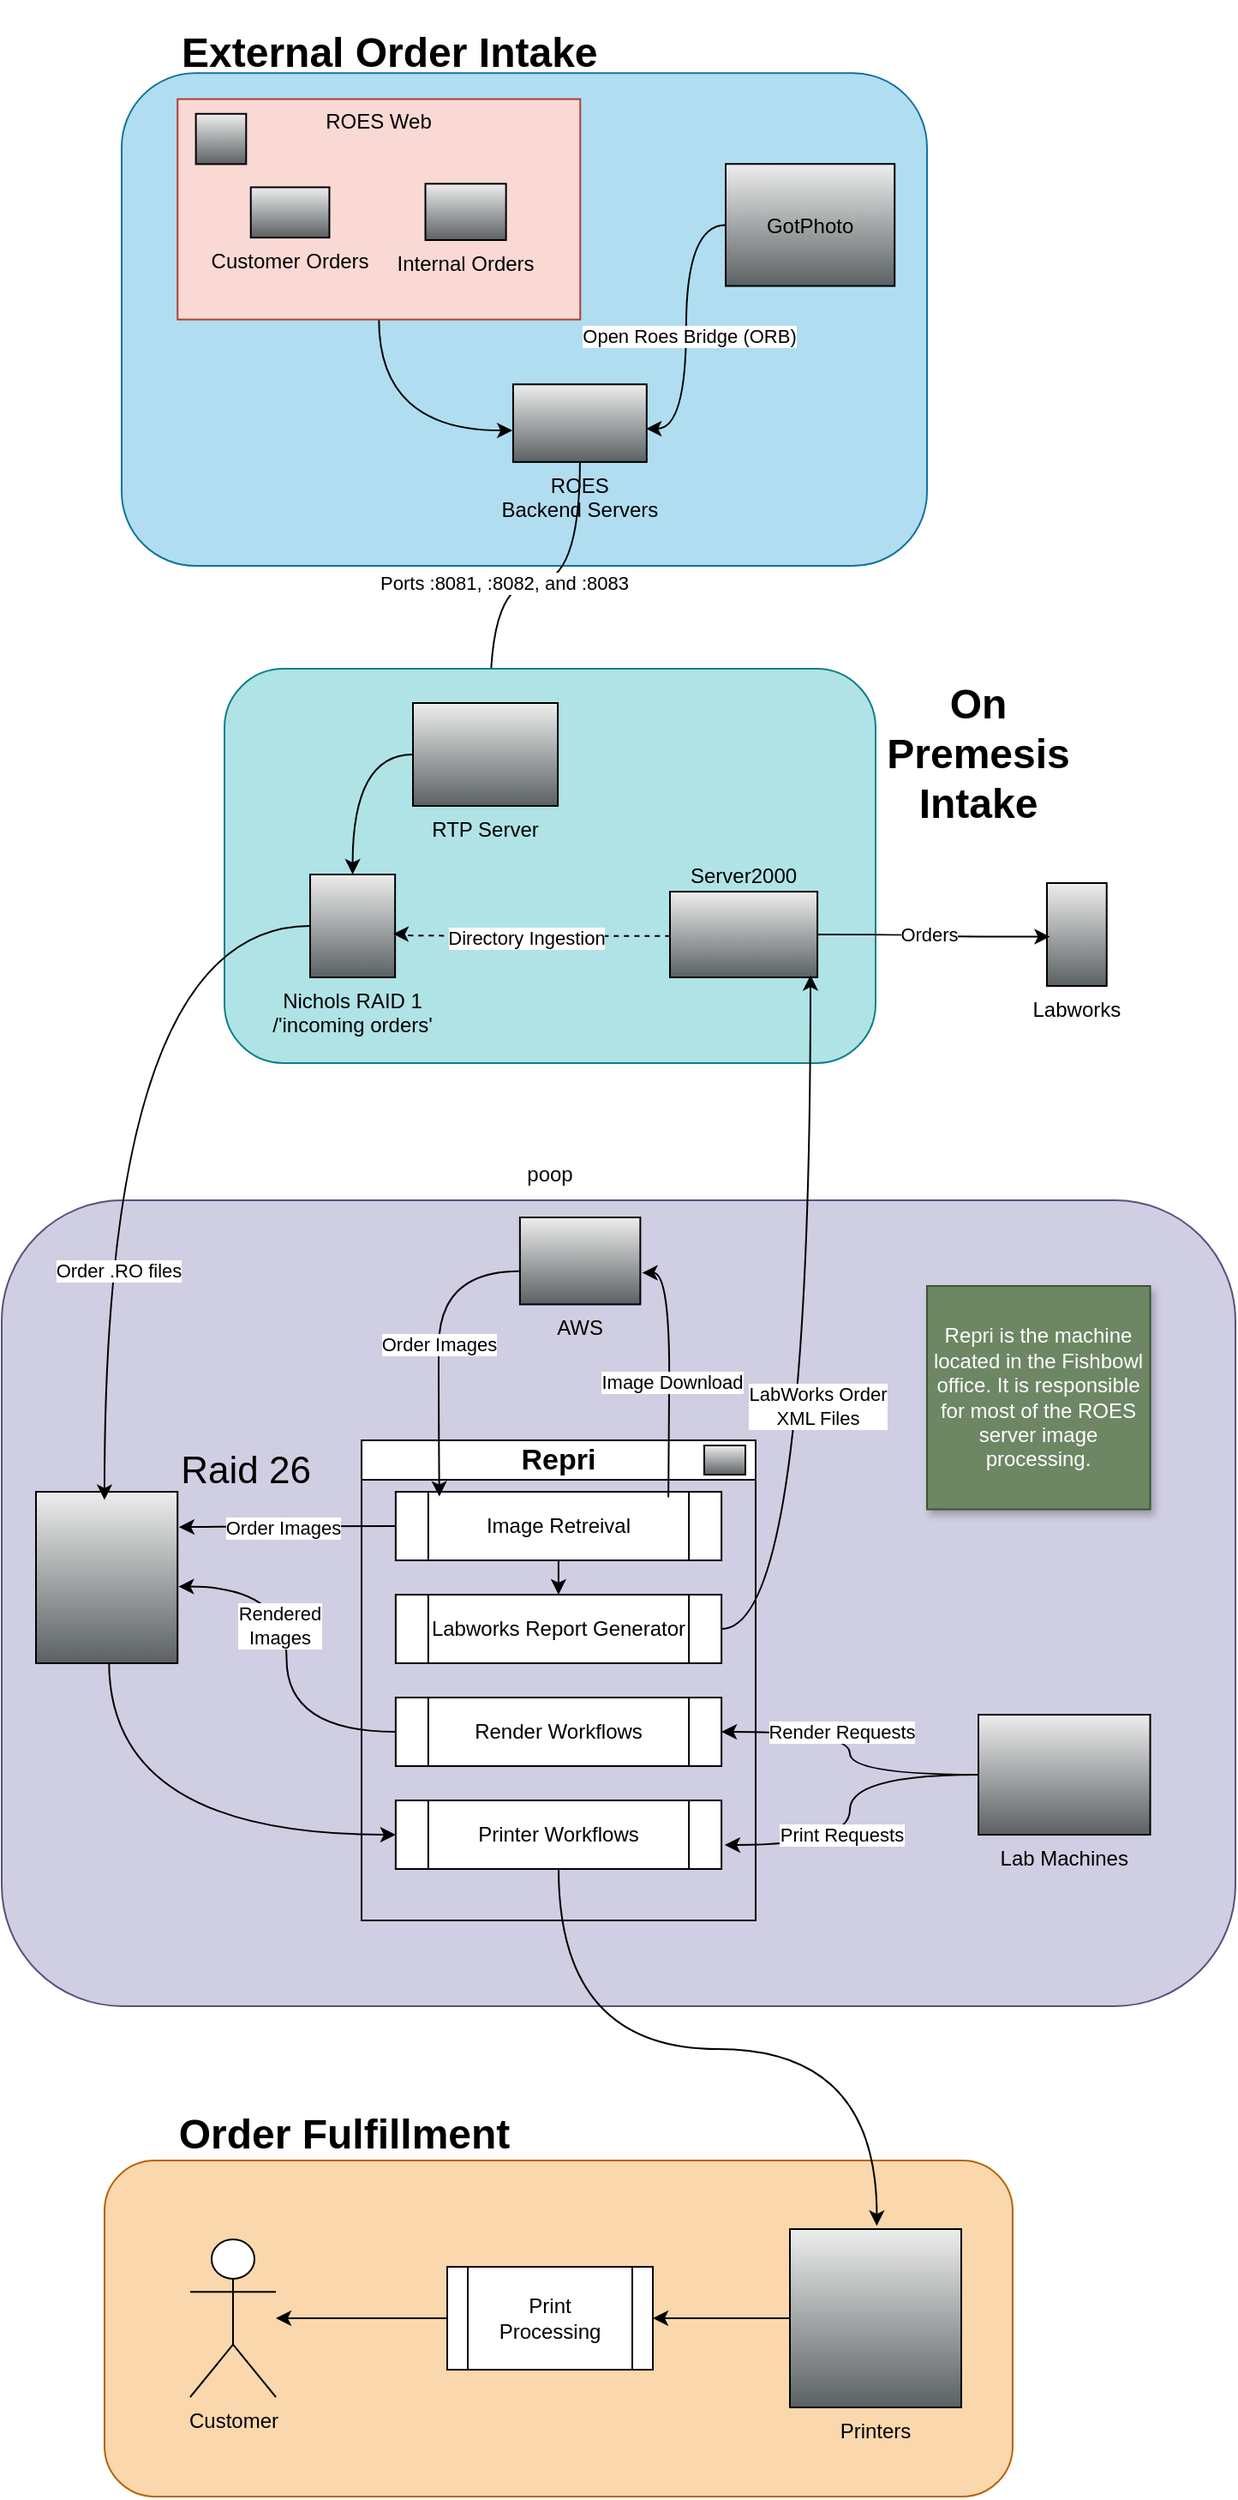
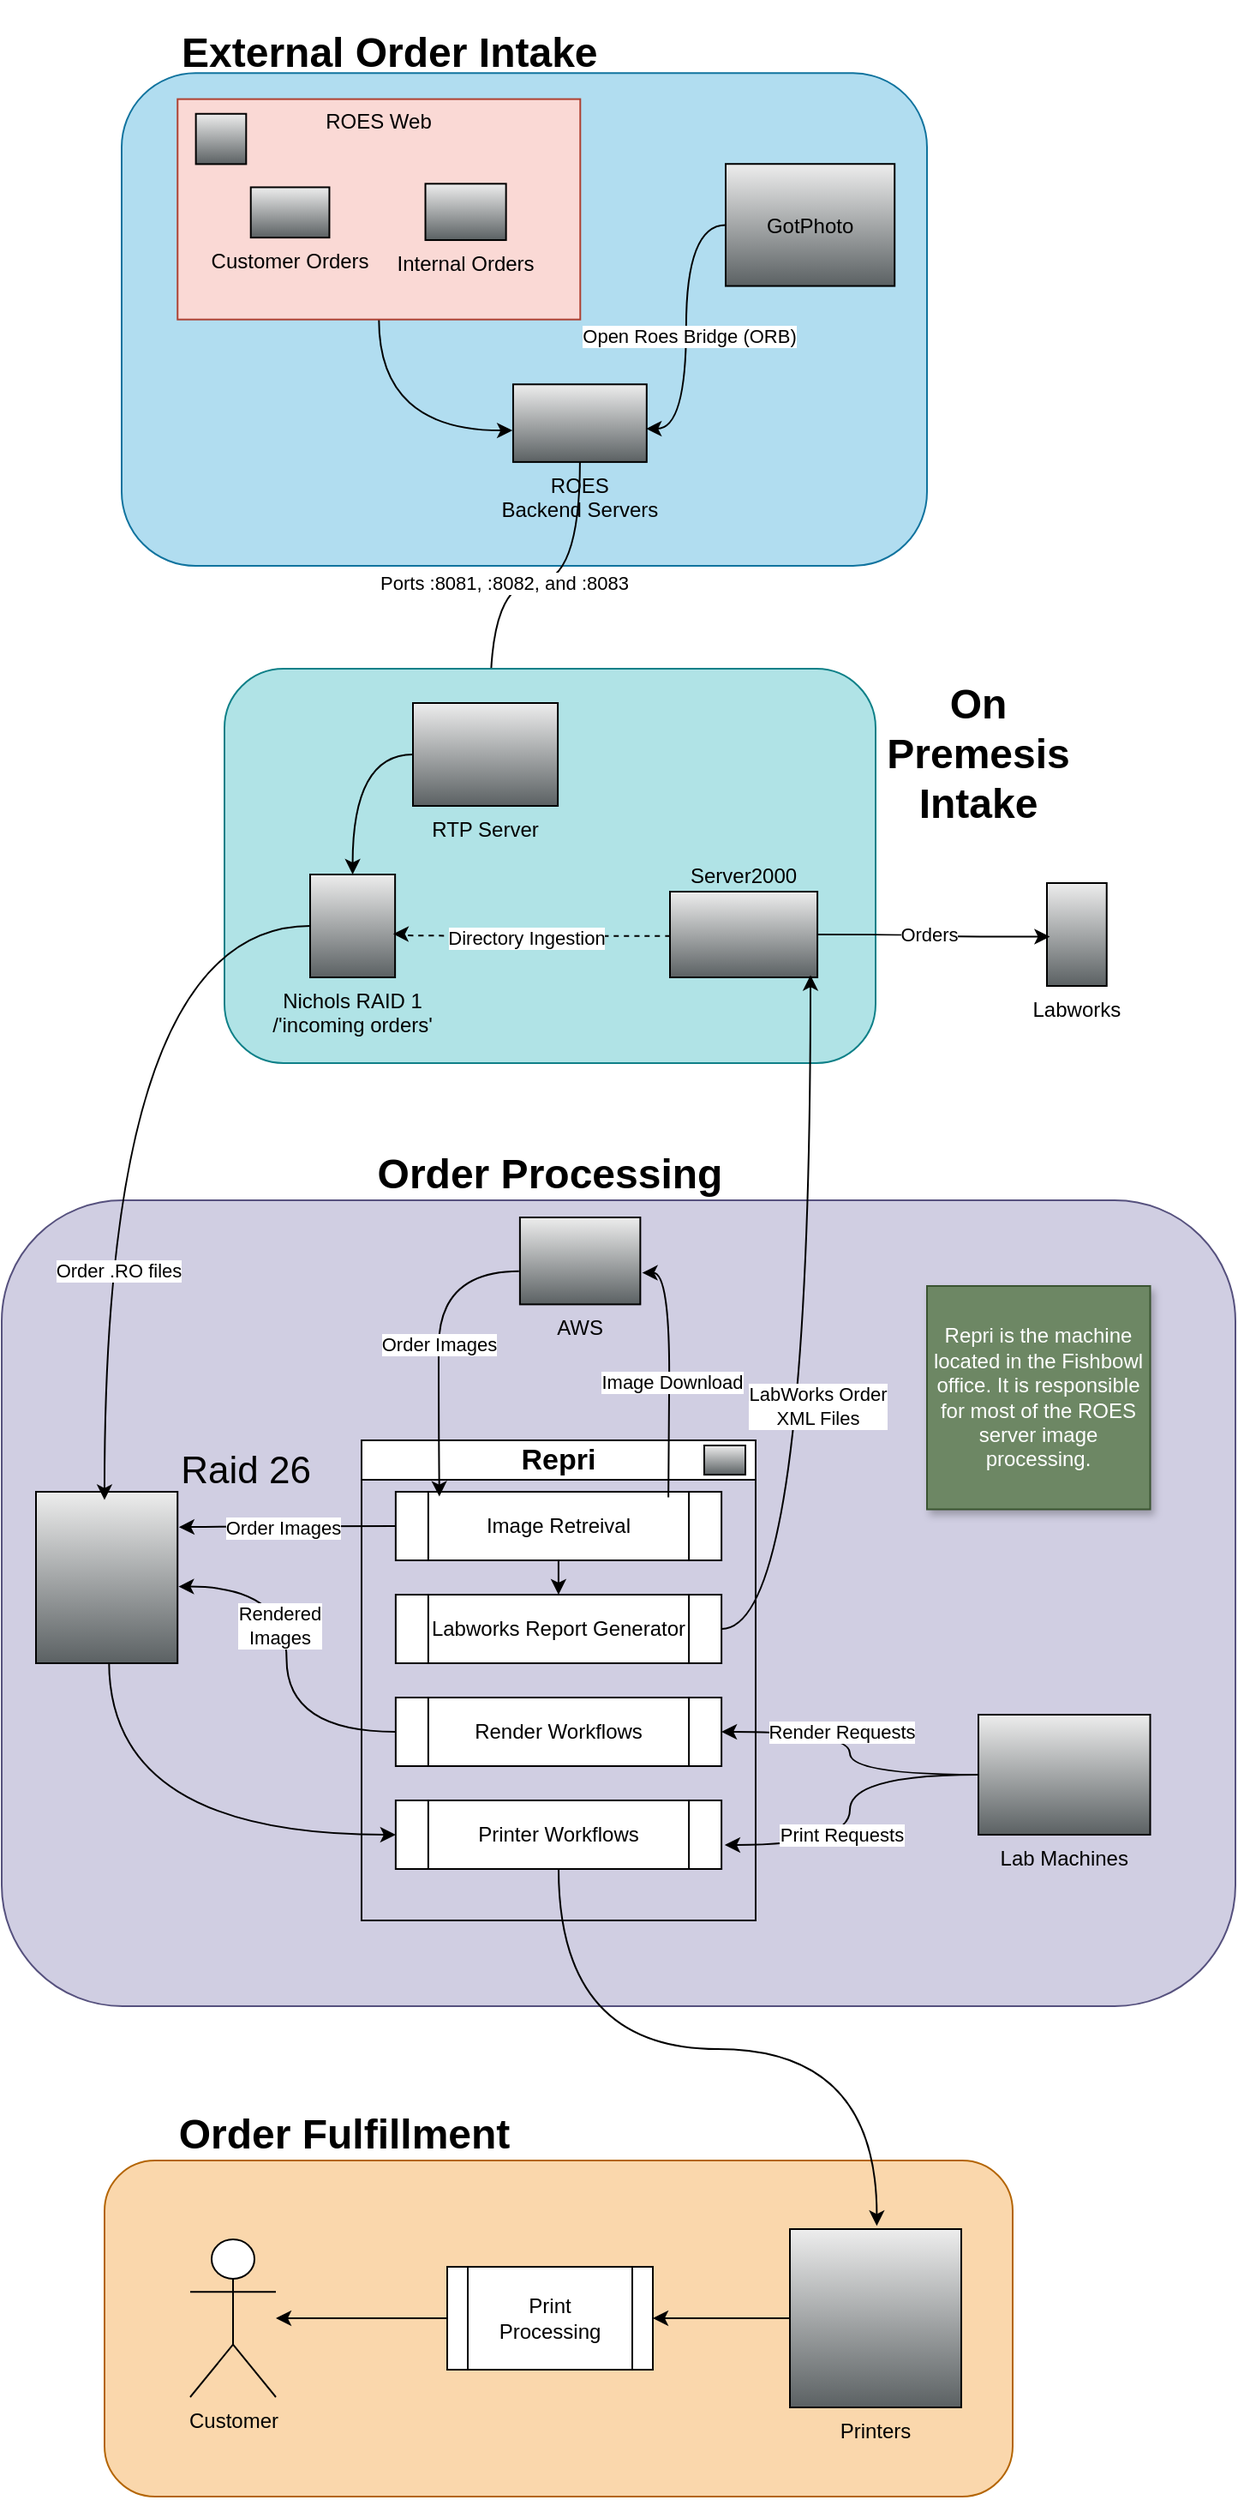
<mxfile host="app.diagrams.net">
  <diagram name="External Order Intake" id="xOiFyvTx0ugd0xP541Ys">
    <mxGraphModel dx="2732" dy="1594" grid="1" gridSize="10" guides="1" tooltips="1" connect="1" arrows="1" fold="1" page="1" pageScale="1" pageWidth="850" pageHeight="1100" math="0" shadow="0">
      <root>
        <mxCell id="0" />
        <mxCell id="1" parent="0" />
        <mxCell id="Abbv7D0ucnFepgTgGXwM-46" connectable="0" parent="1" style="group" value="" vertex="1">
          <mxGeometry height="310" width="470" x="160" y="40" as="geometry" />
        </mxCell>
        <mxCell id="Abbv7D0ucnFepgTgGXwM-2" parent="Abbv7D0ucnFepgTgGXwM-46" style="rounded=1;whiteSpace=wrap;html=1;fillColor=#b1ddf0;strokeColor=#10739e;" value="" vertex="1">
          <mxGeometry height="287.3170731707317" width="470.00000000000006" y="22.682926829268293" as="geometry" />
        </mxCell>
        <mxCell id="uFVznFZ-sdEEhWdo_pJ7-23" parent="Abbv7D0ucnFepgTgGXwM-46" style="shape=mxgraph.networks2.icon;aspect=fixed;fillColor=#EDEDED;strokeColor=#000000;gradientColor=#5B6163;network2IconShadow=1;network2bgFillColor=none;labelPosition=center;verticalLabelPosition=middle;align=center;verticalAlign=middle;network2Icon=mxgraph.networks2.cloud;network2IconYOffset=-0.08;network2IconW=1.0004;network2IconH=0.7222;" value="GotPhoto" vertex="1">
          <mxGeometry height="71.18410700236036" width="98.6029307631786" x="352.5" y="75.60975609756099" as="geometry" />
        </mxCell>
        <mxCell id="uFVznFZ-sdEEhWdo_pJ7-26" parent="Abbv7D0ucnFepgTgGXwM-46" style="fillColorStyles=neutralFill;neutralFill=#9DA6A8;shape=mxgraph.networks2.icon;aspect=fixed;fillColor=#EDEDED;strokeColor=#000000;gradientColor=#5B6163;network2IconShadow=1;network2bgFillColor=none;labelPosition=center;verticalLabelPosition=bottom;align=center;verticalAlign=top;network2Icon=mxgraph.networks2.server;network2IconW=1.0001;network2IconH=0.5812;" value="ROES&#xa;Backend Servers" vertex="1">
          <mxGeometry height="45.29897718332022" width="77.94659716758459" x="228.46569444444447" y="204.14634146341464" as="geometry" />
        </mxCell>
        <mxCell id="uFVznFZ-sdEEhWdo_pJ7-27" edge="1" parent="Abbv7D0ucnFepgTgGXwM-46" source="uFVznFZ-sdEEhWdo_pJ7-12" style="edgeStyle=orthogonalEdgeStyle;curved=1;rounded=0;orthogonalLoop=1;jettySize=auto;html=1;exitX=0.5;exitY=1;exitDx=0;exitDy=0;entryX=-0.005;entryY=0.594;entryDx=0;entryDy=0;entryPerimeter=0;" target="uFVznFZ-sdEEhWdo_pJ7-26">
          <mxGeometry relative="1" as="geometry" />
        </mxCell>
        <mxCell id="uFVznFZ-sdEEhWdo_pJ7-28" edge="1" parent="Abbv7D0ucnFepgTgGXwM-46" source="uFVznFZ-sdEEhWdo_pJ7-23" style="edgeStyle=orthogonalEdgeStyle;curved=1;rounded=0;orthogonalLoop=1;jettySize=auto;html=1;entryX=0.996;entryY=0.571;entryDx=0;entryDy=0;entryPerimeter=0;" target="uFVznFZ-sdEEhWdo_pJ7-26">
          <mxGeometry relative="1" as="geometry" />
        </mxCell>
        <mxCell id="Abbv7D0ucnFepgTgGXwM-47" connectable="0" parent="uFVznFZ-sdEEhWdo_pJ7-28" style="edgeLabel;html=1;align=center;verticalAlign=middle;resizable=0;points=[];" value="Open Roes Bridge (ORB)" vertex="1">
          <mxGeometry relative="1" x="0.0605" y="1" as="geometry">
            <mxPoint as="offset" />
          </mxGeometry>
        </mxCell>
        <mxCell id="Abbv7D0ucnFepgTgGXwM-3" parent="Abbv7D0ucnFepgTgGXwM-46" style="text;html=1;whiteSpace=wrap;strokeColor=none;fillColor=none;align=left;verticalAlign=middle;rounded=0;" value="&lt;h1&gt;External Order Intake&lt;/h1&gt;" vertex="1">
          <mxGeometry height="22.68" width="407.36" x="32.64" as="geometry" />
        </mxCell>
        <mxCell id="Abbv7D0ucnFepgTgGXwM-45" connectable="0" parent="Abbv7D0ucnFepgTgGXwM-46" style="group;" value="" vertex="1">
          <mxGeometry height="128.53658536585368" width="235.00000000000003" x="32.63888888888889" y="37.804878048780495" as="geometry" />
        </mxCell>
        <mxCell id="uFVznFZ-sdEEhWdo_pJ7-12" parent="Abbv7D0ucnFepgTgGXwM-45" style="rounded=0;whiteSpace=wrap;html=1;fillColor=#fad9d5;strokeColor=#ae4132;" value="" vertex="1">
          <mxGeometry height="128.53658536585368" width="235.00000000000003" as="geometry" />
        </mxCell>
        <mxCell id="uFVznFZ-sdEEhWdo_pJ7-13" parent="Abbv7D0ucnFepgTgGXwM-45" style="shape=mxgraph.networks2.icon;aspect=fixed;fillColor=#EDEDED;strokeColor=#000000;gradientColor=#5B6163;network2IconShadow=1;network2bgFillColor=none;labelPosition=center;verticalLabelPosition=bottom;align=center;verticalAlign=top;network2Icon=mxgraph.networks2.globe;network2IconW=1;network2IconH=1;" value="" vertex="1">
          <mxGeometry height="29.33648046157881" width="29.33648046157881" x="10.681818181818182" y="8.56910569105691" as="geometry" />
        </mxCell>
        <mxCell id="uFVznFZ-sdEEhWdo_pJ7-14" parent="Abbv7D0ucnFepgTgGXwM-45" style="shape=mxgraph.networks2.icon;aspect=fixed;fillColor=#EDEDED;strokeColor=#000000;gradientColor=#5B6163;network2IconShadow=1;network2bgFillColor=none;labelPosition=center;verticalLabelPosition=bottom;align=center;verticalAlign=top;network2Icon=mxgraph.networks2.users;network2IconXOffset=0.0019;network2IconYOffset=-0.0004;network2IconW=1.0353;network2IconH=0.6623;" value="Customer Orders" vertex="1">
          <mxGeometry height="29.33648046157881" width="45.86025308156307" x="42.72727272727273" y="51.41463414634146" as="geometry" />
        </mxCell>
        <mxCell id="uFVznFZ-sdEEhWdo_pJ7-15" parent="Abbv7D0ucnFepgTgGXwM-45" style="shape=mxgraph.networks2.icon;aspect=fixed;fillColor=#EDEDED;strokeColor=#000000;gradientColor=#5B6163;network2IconShadow=1;network2bgFillColor=none;labelPosition=center;verticalLabelPosition=bottom;align=center;verticalAlign=top;network2Icon=mxgraph.networks2.lan;network2IconYOffset=0.0558;network2IconW=1.0834;network2IconH=0.7564;" value="Internal Orders" vertex="1">
          <mxGeometry height="32.85685811696826" width="47.0630487804878" x="144.61949300699303" y="49.35804878048783" as="geometry" />
        </mxCell>
        <mxCell id="uFVznFZ-sdEEhWdo_pJ7-25" parent="Abbv7D0ucnFepgTgGXwM-45" style="text;html=1;whiteSpace=wrap;strokeColor=none;fillColor=none;align=center;verticalAlign=middle;rounded=0;" value="ROES Web" vertex="1">
          <mxGeometry height="25.70731707317073" width="72.3076923076923" x="81.34615384615385" as="geometry" />
        </mxCell>
        <mxCell id="Abbv7D0ucnFepgTgGXwM-59" edge="1" parent="1" source="uFVznFZ-sdEEhWdo_pJ7-26" style="edgeStyle=orthogonalEdgeStyle;curved=1;rounded=0;orthogonalLoop=1;jettySize=auto;html=1;entryX=0.535;entryY=0.039;entryDx=0;entryDy=0;entryPerimeter=0;" target="Abbv7D0ucnFepgTgGXwM-48">
          <mxGeometry relative="1" as="geometry" />
        </mxCell>
        <mxCell id="Abbv7D0ucnFepgTgGXwM-60" connectable="0" parent="Abbv7D0ucnFepgTgGXwM-59" style="edgeLabel;html=1;align=center;verticalAlign=middle;resizable=0;points=[];" value="Ports :8081, :8082, and :8083" vertex="1">
          <mxGeometry relative="1" x="0.1735" as="geometry">
            <mxPoint as="offset" />
          </mxGeometry>
        </mxCell>
        <mxCell id="Abbv7D0ucnFepgTgGXwM-63" connectable="0" parent="1" style="group;labelPosition=center;verticalLabelPosition=bottom;align=center;verticalAlign=top;" value=" " vertex="1">
          <mxGeometry height="230" width="514.8699999999999" x="220" y="410" as="geometry" />
        </mxCell>
        <mxCell id="Abbv7D0ucnFepgTgGXwM-58" parent="Abbv7D0ucnFepgTgGXwM-63" style="rounded=1;whiteSpace=wrap;html=1;fillColor=#b0e3e6;strokeColor=#0e8088;" value=" " vertex="1">
          <mxGeometry height="230" width="380" as="geometry" />
        </mxCell>
        <mxCell id="Abbv7D0ucnFepgTgGXwM-61" edge="1" parent="Abbv7D0ucnFepgTgGXwM-63" source="Abbv7D0ucnFepgTgGXwM-48" style="edgeStyle=orthogonalEdgeStyle;curved=1;rounded=0;orthogonalLoop=1;jettySize=auto;html=1;" target="Abbv7D0ucnFepgTgGXwM-49">
          <mxGeometry relative="1" as="geometry" />
        </mxCell>
        <mxCell id="Abbv7D0ucnFepgTgGXwM-48" parent="Abbv7D0ucnFepgTgGXwM-63" style="shape=mxgraph.networks2.icon;aspect=fixed;fillColor=#EDEDED;strokeColor=#000000;gradientColor=#5B6163;network2IconShadow=1;network2bgFillColor=none;labelPosition=center;verticalLabelPosition=bottom;align=center;verticalAlign=top;network2Icon=mxgraph.networks2.pc;network2IconYOffset=-0.0593;network2IconW=0.9999;network2IconH=0.7096;" value="RTP Server" vertex="1">
          <mxGeometry height="60" width="84.55" x="110" y="20" as="geometry" />
        </mxCell>
        <mxCell id="Abbv7D0ucnFepgTgGXwM-49" parent="Abbv7D0ucnFepgTgGXwM-63" style="shape=mxgraph.networks2.icon;aspect=fixed;fillColor=#EDEDED;strokeColor=#000000;gradientColor=#5B6163;network2IconShadow=1;network2bgFillColor=none;labelPosition=center;verticalLabelPosition=bottom;align=center;verticalAlign=top;network2Icon=mxgraph.networks2.data_storage;network2IconW=0.8252;network2IconH=0.9989;" value="Nichols RAID 1&#xa;/&#39;incoming orders&#39;" vertex="1">
          <mxGeometry height="60" width="49.57" x="50" y="120" as="geometry" />
        </mxCell>
        <mxCell id="Abbv7D0ucnFepgTgGXwM-50" parent="Abbv7D0ucnFepgTgGXwM-63" style="fillColorStyles=neutralFill;neutralFill=#9DA6A8;shape=mxgraph.networks2.icon;aspect=fixed;fillColor=#EDEDED;strokeColor=#000000;gradientColor=#5B6163;network2IconShadow=1;network2bgFillColor=none;labelPosition=center;verticalLabelPosition=top;align=center;verticalAlign=bottom;network2Icon=mxgraph.networks2.server;network2IconW=1.0001;network2IconH=0.5812;" value="Server2000" vertex="1">
          <mxGeometry height="50" width="86.04" x="260" y="130" as="geometry" />
        </mxCell>
        <mxCell id="Abbv7D0ucnFepgTgGXwM-53" edge="1" parent="Abbv7D0ucnFepgTgGXwM-63" source="Abbv7D0ucnFepgTgGXwM-50" style="edgeStyle=orthogonalEdgeStyle;curved=1;rounded=0;orthogonalLoop=1;jettySize=auto;html=1;entryX=0.968;entryY=0.578;entryDx=0;entryDy=0;entryPerimeter=0;startArrow=none;startFill=0;dashed=1;exitX=0.003;exitY=0.518;exitDx=0;exitDy=0;exitPerimeter=0;" value=" ">
          <mxGeometry relative="1" as="geometry">
            <Array as="points">
              <mxPoint x="100" y="156" />
              <mxPoint x="100" y="155" />
            </Array>
            <mxPoint x="259.9998" y="157.5" as="sourcePoint" />
            <mxPoint x="98.41376000000008" y="154.68000000000006" as="targetPoint" />
          </mxGeometry>
        </mxCell>
        <mxCell id="Abbv7D0ucnFepgTgGXwM-57" connectable="0" parent="Abbv7D0ucnFepgTgGXwM-53" style="edgeLabel;html=1;align=center;verticalAlign=middle;resizable=0;points=[];" value="Directory Ingestion" vertex="1">
          <mxGeometry relative="1" x="0.0378" y="1" as="geometry">
            <mxPoint as="offset" />
          </mxGeometry>
        </mxCell>
        <mxCell id="Abbv7D0ucnFepgTgGXwM-62" parent="Abbv7D0ucnFepgTgGXwM-63" style="text;html=1;whiteSpace=wrap;strokeColor=none;fillColor=none;align=center;verticalAlign=middle;rounded=0;" value="&lt;h1&gt;On Premesis Intake&lt;/h1&gt;" vertex="1">
          <mxGeometry height="80" width="120" x="380" y="10" as="geometry" />
        </mxCell>
        <mxCell id="Abbv7D0ucnFepgTgGXwM-96" parent="Abbv7D0ucnFepgTgGXwM-63" style="shape=mxgraph.networks2.icon;aspect=fixed;fillColor=#EDEDED;strokeColor=#000000;gradientColor=#5B6163;network2IconShadow=1;network2bgFillColor=none;labelPosition=center;verticalLabelPosition=bottom;align=center;verticalAlign=top;network2Icon=mxgraph.networks2.application;network2IconXOffset=0.0048;network2IconYOffset=-0.0000;network2IconW=0.5927;network2IconH=1.02;" value="Labworks" vertex="1">
          <mxGeometry height="60" width="34.87" x="479.9999999999999" y="125" as="geometry" />
        </mxCell>
        <mxCell id="Abbv7D0ucnFepgTgGXwM-114" edge="1" parent="Abbv7D0ucnFepgTgGXwM-63" source="Abbv7D0ucnFepgTgGXwM-50" style="edgeStyle=orthogonalEdgeStyle;curved=1;rounded=0;orthogonalLoop=1;jettySize=auto;html=1;entryX=0.049;entryY=0.521;entryDx=0;entryDy=0;entryPerimeter=0;" target="Abbv7D0ucnFepgTgGXwM-96">
          <mxGeometry relative="1" as="geometry" />
        </mxCell>
        <mxCell id="Abbv7D0ucnFepgTgGXwM-115" connectable="0" parent="Abbv7D0ucnFepgTgGXwM-114" style="edgeLabel;html=1;align=center;verticalAlign=middle;resizable=0;points=[];" value="Orders" vertex="1">
          <mxGeometry relative="1" x="-0.2199" y="-7" as="geometry">
            <mxPoint x="11" y="-7" as="offset" />
          </mxGeometry>
        </mxCell>
        <mxCell id="Abbv7D0ucnFepgTgGXwM-144" connectable="0" parent="1" style="group" value="" vertex="1">
          <mxGeometry height="500" width="720" x="90" y="690" as="geometry" />
        </mxCell>
        <mxCell id="Abbv7D0ucnFepgTgGXwM-132" parent="Abbv7D0ucnFepgTgGXwM-144" style="rounded=1;whiteSpace=wrap;html=1;fillColor=#d0cee2;strokeColor=#56517e;" value=" " vertex="1">
          <mxGeometry height="470" width="720" y="30" as="geometry" />
        </mxCell>
        <mxCell id="Abbv7D0ucnFepgTgGXwM-123" edge="1" parent="Abbv7D0ucnFepgTgGXwM-144" source="Abbv7D0ucnFepgTgGXwM-55" style="edgeStyle=orthogonalEdgeStyle;curved=1;rounded=0;orthogonalLoop=1;jettySize=auto;html=1;entryX=0;entryY=0.5;entryDx=0;entryDy=0;exitX=0.516;exitY=0.991;exitDx=0;exitDy=0;exitPerimeter=0;" target="Abbv7D0ucnFepgTgGXwM-87">
          <mxGeometry relative="1" as="geometry" />
        </mxCell>
        <mxCell id="Abbv7D0ucnFepgTgGXwM-124" connectable="0" parent="Abbv7D0ucnFepgTgGXwM-123" style="edgeLabel;html=1;align=center;verticalAlign=middle;resizable=0;points=[];" value=" " vertex="1">
          <mxGeometry relative="1" x="-0.5108" y="29" as="geometry">
            <mxPoint as="offset" />
          </mxGeometry>
        </mxCell>
        <mxCell id="Abbv7D0ucnFepgTgGXwM-55" parent="Abbv7D0ucnFepgTgGXwM-144" style="shape=mxgraph.networks2.icon;aspect=fixed;fillColor=#EDEDED;strokeColor=#000000;gradientColor=#5B6163;network2IconShadow=1;network2bgFillColor=none;labelPosition=right;verticalLabelPosition=top;align=left;verticalAlign=bottom;network2Icon=mxgraph.networks2.data_storage;network2IconW=0.8252;network2IconH=0.9989;fontSize=22;" value="Raid 26" vertex="1">
          <mxGeometry height="100" width="82.61" x="20" y="200" as="geometry" />
        </mxCell>
        <mxCell id="Abbv7D0ucnFepgTgGXwM-125" edge="1" parent="Abbv7D0ucnFepgTgGXwM-144" source="Abbv7D0ucnFepgTgGXwM-65" style="edgeStyle=orthogonalEdgeStyle;curved=1;rounded=0;orthogonalLoop=1;jettySize=auto;html=1;entryX=1;entryY=0.5;entryDx=0;entryDy=0;" target="Abbv7D0ucnFepgTgGXwM-70">
          <mxGeometry relative="1" as="geometry" />
        </mxCell>
        <mxCell id="Abbv7D0ucnFepgTgGXwM-127" connectable="0" parent="Abbv7D0ucnFepgTgGXwM-125" style="edgeLabel;html=1;align=center;verticalAlign=middle;resizable=0;points=[];" value="Render Requests" vertex="1">
          <mxGeometry relative="1" x="0.4996" y="2" as="geometry">
            <mxPoint x="26" y="-2" as="offset" />
          </mxGeometry>
        </mxCell>
        <mxCell id="Abbv7D0ucnFepgTgGXwM-65" parent="Abbv7D0ucnFepgTgGXwM-144" style="shape=mxgraph.networks2.icon;aspect=fixed;fillColor=#EDEDED;strokeColor=#000000;gradientColor=#5B6163;network2IconShadow=1;network2bgFillColor=none;labelPosition=center;verticalLabelPosition=bottom;align=center;verticalAlign=top;network2Icon=mxgraph.networks2.lan;network2IconYOffset=0.0558;network2IconW=1.0834;network2IconH=0.7564;" value="Lab Machines" vertex="1">
          <mxGeometry height="70" width="100.26" x="570" y="330" as="geometry" />
        </mxCell>
        <mxCell id="Abbv7D0ucnFepgTgGXwM-67" parent="Abbv7D0ucnFepgTgGXwM-144" style="shape=mxgraph.networks2.icon;aspect=fixed;fillColor=#EDEDED;strokeColor=#000000;gradientColor=#5B6163;network2IconShadow=1;network2bgFillColor=none;labelPosition=center;verticalLabelPosition=bottom;align=center;verticalAlign=top;network2Icon=mxgraph.networks2.cloud;network2IconYOffset=-0.08;network2IconW=1.0004;network2IconH=0.7222;" value="AWS" vertex="1">
          <mxGeometry height="50.71" width="70.24" x="302.44" y="40" as="geometry" />
        </mxCell>
        <mxCell id="Abbv7D0ucnFepgTgGXwM-68" parent="Abbv7D0ucnFepgTgGXwM-144" style="swimlane;whiteSpace=wrap;html=1;align=center;fontSize=17;" value="&lt;div align=&quot;center&quot;&gt;Repri&lt;/div&gt;" vertex="1">
          <mxGeometry height="280" width="230" x="210" y="170" as="geometry">
            <mxRectangle height="30" width="140" x="105.12" y="1050" as="alternateBounds" />
          </mxGeometry>
        </mxCell>
        <mxCell id="Abbv7D0ucnFepgTgGXwM-66" parent="Abbv7D0ucnFepgTgGXwM-68" style="shape=mxgraph.networks2.icon;aspect=fixed;fillColor=#EDEDED;strokeColor=#000000;gradientColor=#5B6163;network2IconShadow=1;network2bgFillColor=none;labelPosition=center;verticalLabelPosition=bottom;align=center;verticalAlign=top;network2Icon=mxgraph.networks2.pc;network2IconYOffset=-0.0593;network2IconW=0.9999;network2IconH=0.7096;" value=" " vertex="1">
          <mxGeometry height="17.03" width="24" x="200" y="3" as="geometry" />
        </mxCell>
        <mxCell id="Abbv7D0ucnFepgTgGXwM-79" edge="1" parent="Abbv7D0ucnFepgTgGXwM-68" source="Abbv7D0ucnFepgTgGXwM-69" style="edgeStyle=orthogonalEdgeStyle;curved=1;rounded=0;orthogonalLoop=1;jettySize=auto;html=1;entryX=0.5;entryY=0;entryDx=0;entryDy=0;" target="Abbv7D0ucnFepgTgGXwM-78">
          <mxGeometry relative="1" as="geometry" />
        </mxCell>
        <mxCell id="Abbv7D0ucnFepgTgGXwM-69" parent="Abbv7D0ucnFepgTgGXwM-68" style="shape=process;whiteSpace=wrap;html=1;backgroundOutline=1;" value="Image Retreival" vertex="1">
          <mxGeometry height="40" width="190.12" x="19.94" y="30" as="geometry" />
        </mxCell>
        <mxCell id="Abbv7D0ucnFepgTgGXwM-70" parent="Abbv7D0ucnFepgTgGXwM-68" style="shape=process;whiteSpace=wrap;html=1;backgroundOutline=1;" value="Render Workflows" vertex="1">
          <mxGeometry height="40" width="190.12" x="19.939999999999998" y="150" as="geometry" />
        </mxCell>
        <mxCell id="Abbv7D0ucnFepgTgGXwM-78" parent="Abbv7D0ucnFepgTgGXwM-68" style="shape=process;whiteSpace=wrap;html=1;backgroundOutline=1;" value="Labworks Report Generator" vertex="1">
          <mxGeometry height="40" width="190.12" x="19.939999999999998" y="90" as="geometry" />
        </mxCell>
        <mxCell id="Abbv7D0ucnFepgTgGXwM-87" parent="Abbv7D0ucnFepgTgGXwM-68" style="shape=process;whiteSpace=wrap;html=1;backgroundOutline=1;" value="Printer Workflows" vertex="1">
          <mxGeometry height="40" width="190.12" x="19.939999999999998" y="210" as="geometry" />
        </mxCell>
        <mxCell id="Abbv7D0ucnFepgTgGXwM-71" edge="1" parent="Abbv7D0ucnFepgTgGXwM-144" source="Abbv7D0ucnFepgTgGXwM-69" style="edgeStyle=orthogonalEdgeStyle;curved=1;rounded=0;orthogonalLoop=1;jettySize=auto;html=1;entryX=1.016;entryY=0.637;entryDx=0;entryDy=0;entryPerimeter=0;exitX=0.837;exitY=0.082;exitDx=0;exitDy=0;exitPerimeter=0;" target="Abbv7D0ucnFepgTgGXwM-67">
          <mxGeometry relative="1" as="geometry">
            <Array as="points">
              <mxPoint x="389" y="200" />
              <mxPoint x="390" y="200" />
              <mxPoint x="390" y="72" />
            </Array>
            <mxPoint x="400" y="198" as="sourcePoint" />
          </mxGeometry>
        </mxCell>
        <mxCell id="Abbv7D0ucnFepgTgGXwM-72" connectable="0" parent="Abbv7D0ucnFepgTgGXwM-71" style="edgeLabel;html=1;align=center;verticalAlign=middle;resizable=0;points=[];" value="Image Download" vertex="1">
          <mxGeometry relative="1" x="-0.0797" y="-1" as="geometry">
            <mxPoint as="offset" />
          </mxGeometry>
        </mxCell>
        <mxCell id="Abbv7D0ucnFepgTgGXwM-73" edge="1" parent="Abbv7D0ucnFepgTgGXwM-144" source="Abbv7D0ucnFepgTgGXwM-67" style="edgeStyle=orthogonalEdgeStyle;curved=1;rounded=0;orthogonalLoop=1;jettySize=auto;html=1;entryX=0.134;entryY=0.07;entryDx=0;entryDy=0;entryPerimeter=0;exitX=-0.008;exitY=0.619;exitDx=0;exitDy=0;exitPerimeter=0;" target="Abbv7D0ucnFepgTgGXwM-69">
          <mxGeometry relative="1" as="geometry">
            <Array as="points">
              <mxPoint x="255" y="71" />
              <mxPoint x="255" y="160" />
            </Array>
          </mxGeometry>
        </mxCell>
        <mxCell id="Abbv7D0ucnFepgTgGXwM-74" connectable="0" parent="Abbv7D0ucnFepgTgGXwM-73" style="edgeLabel;html=1;align=center;verticalAlign=middle;resizable=0;points=[];" value="Order Images" vertex="1">
          <mxGeometry relative="1" x="0.0052" as="geometry">
            <mxPoint as="offset" />
          </mxGeometry>
        </mxCell>
        <mxCell id="Abbv7D0ucnFepgTgGXwM-118" edge="1" parent="Abbv7D0ucnFepgTgGXwM-144" source="Abbv7D0ucnFepgTgGXwM-69" style="edgeStyle=orthogonalEdgeStyle;curved=1;rounded=0;orthogonalLoop=1;jettySize=auto;html=1;entryX=1.01;entryY=0.206;entryDx=0;entryDy=0;entryPerimeter=0;" target="Abbv7D0ucnFepgTgGXwM-55">
          <mxGeometry relative="1" as="geometry" />
        </mxCell>
        <mxCell id="Abbv7D0ucnFepgTgGXwM-120" connectable="0" parent="Abbv7D0ucnFepgTgGXwM-118" style="edgeLabel;html=1;align=center;verticalAlign=middle;resizable=0;points=[];" value="Order Images" vertex="1">
          <mxGeometry relative="1" x="0.0556" as="geometry">
            <mxPoint as="offset" />
          </mxGeometry>
        </mxCell>
        <mxCell id="Abbv7D0ucnFepgTgGXwM-121" edge="1" parent="Abbv7D0ucnFepgTgGXwM-144" source="Abbv7D0ucnFepgTgGXwM-70" style="edgeStyle=orthogonalEdgeStyle;curved=1;rounded=0;orthogonalLoop=1;jettySize=auto;html=1;entryX=1.007;entryY=0.553;entryDx=0;entryDy=0;entryPerimeter=0;" target="Abbv7D0ucnFepgTgGXwM-55">
          <mxGeometry relative="1" as="geometry" />
        </mxCell>
        <mxCell id="Abbv7D0ucnFepgTgGXwM-122" connectable="0" parent="Abbv7D0ucnFepgTgGXwM-121" style="edgeLabel;html=1;align=center;verticalAlign=middle;resizable=0;points=[];" value="Rendered&lt;br&gt;Images" vertex="1">
          <mxGeometry relative="1" x="0.1933" y="5" as="geometry">
            <mxPoint as="offset" />
          </mxGeometry>
        </mxCell>
        <mxCell id="Abbv7D0ucnFepgTgGXwM-126" edge="1" parent="Abbv7D0ucnFepgTgGXwM-144" source="Abbv7D0ucnFepgTgGXwM-65" style="edgeStyle=orthogonalEdgeStyle;curved=1;rounded=0;orthogonalLoop=1;jettySize=auto;html=1;entryX=1.01;entryY=0.65;entryDx=0;entryDy=0;entryPerimeter=0;" target="Abbv7D0ucnFepgTgGXwM-87">
          <mxGeometry relative="1" as="geometry" />
        </mxCell>
        <mxCell id="Abbv7D0ucnFepgTgGXwM-128" connectable="0" parent="Abbv7D0ucnFepgTgGXwM-126" style="edgeLabel;html=1;align=center;verticalAlign=middle;resizable=0;points=[];" value="Print Requests" vertex="1">
          <mxGeometry relative="1" x="0.4408" y="-6" as="geometry">
            <mxPoint x="15" as="offset" />
          </mxGeometry>
        </mxCell>
-         <mxCell id="Abbv7D0ucnFepgTgGXwM-143" parent="Abbv7D0ucnFepgTgGXwM-144" style="text;html=1;whiteSpace=wrap;strokeColor=none;fillColor=none;align=center;verticalAlign=middle;rounded=0;" value="poop" vertex="1">
+         <mxCell id="Abbv7D0ucnFepgTgGXwM-143" parent="Abbv7D0ucnFepgTgGXwM-144" style="text;html=1;whiteSpace=wrap;strokeColor=none;fillColor=none;align=center;verticalAlign=middle;rounded=0;" value="&lt;h1&gt;Order Processing&lt;/h1&gt;" vertex="1">
          <mxGeometry height="30" width="320" x="160" as="geometry" />
        </mxCell>
        <mxCell id="aD-okcZOxhMRasSAFMCW-1" parent="Abbv7D0ucnFepgTgGXwM-144" style="whiteSpace=wrap;html=1;aspect=fixed;fillColor=#6d8764;fontColor=#ffffff;strokeColor=#3A5431;rounded=0;glass=0;shadow=1;" value="Repri is the machine located in the Fishbowl office. It is responsible for most of the ROES server image processing." vertex="1">
          <mxGeometry height="130.26" width="130.26" x="540" y="80" as="geometry" />
        </mxCell>
        <mxCell id="Abbv7D0ucnFepgTgGXwM-133" edge="1" parent="1" source="Abbv7D0ucnFepgTgGXwM-78" style="edgeStyle=orthogonalEdgeStyle;curved=1;rounded=0;orthogonalLoop=1;jettySize=auto;html=1;entryX=0.953;entryY=0.974;entryDx=0;entryDy=0;entryPerimeter=0;exitX=1;exitY=0.5;exitDx=0;exitDy=0;" target="Abbv7D0ucnFepgTgGXwM-50">
          <mxGeometry relative="1" as="geometry">
            <Array as="points">
              <mxPoint x="562" y="970" />
            </Array>
          </mxGeometry>
        </mxCell>
        <mxCell id="Abbv7D0ucnFepgTgGXwM-134" connectable="0" parent="Abbv7D0ucnFepgTgGXwM-133" style="edgeLabel;html=1;align=center;verticalAlign=middle;resizable=0;points=[];" value="&lt;div&gt;LabWorks Order&lt;/div&gt;&lt;div&gt;XML Files&lt;/div&gt;" vertex="1">
          <mxGeometry relative="1" x="0.2484" y="-1" as="geometry">
            <mxPoint x="3" y="88" as="offset" />
          </mxGeometry>
        </mxCell>
        <mxCell id="Abbv7D0ucnFepgTgGXwM-116" edge="1" parent="1" source="Abbv7D0ucnFepgTgGXwM-49" style="edgeStyle=orthogonalEdgeStyle;curved=1;rounded=0;orthogonalLoop=1;jettySize=auto;html=1;entryX=0.484;entryY=0.048;entryDx=0;entryDy=0;entryPerimeter=0;" target="Abbv7D0ucnFepgTgGXwM-55">
          <mxGeometry relative="1" as="geometry" />
        </mxCell>
        <mxCell id="Abbv7D0ucnFepgTgGXwM-117" connectable="0" parent="Abbv7D0ucnFepgTgGXwM-116" style="edgeLabel;html=1;align=center;verticalAlign=middle;resizable=0;points=[];" value="Order .RO files" vertex="1">
          <mxGeometry relative="1" x="0.4085" y="8" as="geometry">
            <mxPoint as="offset" />
          </mxGeometry>
        </mxCell>
        <mxCell id="Abbv7D0ucnFepgTgGXwM-147" connectable="0" parent="1" style="group" value=" " vertex="1">
          <mxGeometry height="226" width="530" x="150" y="1250" as="geometry" />
        </mxCell>
        <mxCell id="Abbv7D0ucnFepgTgGXwM-142" parent="Abbv7D0ucnFepgTgGXwM-147" style="rounded=1;whiteSpace=wrap;html=1;fillColor=#fad7ac;strokeColor=#b46504;" value="" vertex="1">
          <mxGeometry height="196" width="530" y="30" as="geometry" />
        </mxCell>
        <mxCell id="Abbv7D0ucnFepgTgGXwM-139" edge="1" parent="Abbv7D0ucnFepgTgGXwM-147" source="Abbv7D0ucnFepgTgGXwM-135" style="edgeStyle=orthogonalEdgeStyle;curved=1;rounded=0;orthogonalLoop=1;jettySize=auto;html=1;entryX=1;entryY=0.5;entryDx=0;entryDy=0;" target="Abbv7D0ucnFepgTgGXwM-137">
          <mxGeometry relative="1" as="geometry" />
        </mxCell>
        <mxCell id="Abbv7D0ucnFepgTgGXwM-135" parent="Abbv7D0ucnFepgTgGXwM-147" style="fillColorStyles=neutralFill;neutralFill=#9DA6A8;shape=mxgraph.networks2.icon;aspect=fixed;fillColor=#EDEDED;strokeColor=#000000;gradientColor=#5B6163;network2IconShadow=1;network2bgFillColor=none;labelPosition=center;verticalLabelPosition=bottom;align=center;verticalAlign=top;network2Icon=mxgraph.networks2.printer;network2IconW=1;network2IconH=1.04;" value="Printers" vertex="1">
          <mxGeometry height="104" width="100" x="400" y="70" as="geometry" />
        </mxCell>
        <mxCell id="Abbv7D0ucnFepgTgGXwM-140" edge="1" parent="Abbv7D0ucnFepgTgGXwM-147" source="Abbv7D0ucnFepgTgGXwM-137" style="edgeStyle=orthogonalEdgeStyle;curved=1;rounded=0;orthogonalLoop=1;jettySize=auto;html=1;" target="Abbv7D0ucnFepgTgGXwM-138">
          <mxGeometry relative="1" as="geometry" />
        </mxCell>
        <mxCell id="Abbv7D0ucnFepgTgGXwM-137" parent="Abbv7D0ucnFepgTgGXwM-147" style="shape=process;whiteSpace=wrap;html=1;backgroundOutline=1;" value="&lt;div&gt;Print&lt;/div&gt;&lt;div&gt;Processing&lt;/div&gt;" vertex="1">
          <mxGeometry height="60" width="120" x="200" y="92" as="geometry" />
        </mxCell>
        <mxCell id="Abbv7D0ucnFepgTgGXwM-138" parent="Abbv7D0ucnFepgTgGXwM-147" style="shape=umlActor;verticalLabelPosition=bottom;verticalAlign=top;html=1;outlineConnect=0;" value="Customer" vertex="1">
          <mxGeometry height="92" width="50" x="50" y="76" as="geometry" />
        </mxCell>
        <mxCell id="Abbv7D0ucnFepgTgGXwM-146" parent="Abbv7D0ucnFepgTgGXwM-147" style="text;html=1;whiteSpace=wrap;strokeColor=none;fillColor=none;align=center;verticalAlign=middle;rounded=0;" value="&lt;h1&gt;Order Fulfillment&lt;/h1&gt;" vertex="1">
          <mxGeometry height="30" width="220" x="30" as="geometry" />
        </mxCell>
        <mxCell id="Abbv7D0ucnFepgTgGXwM-136" edge="1" parent="1" source="Abbv7D0ucnFepgTgGXwM-87" style="edgeStyle=orthogonalEdgeStyle;curved=1;rounded=0;orthogonalLoop=1;jettySize=auto;html=1;entryX=0.507;entryY=-0.018;entryDx=0;entryDy=0;entryPerimeter=0;exitX=0.5;exitY=1;exitDx=0;exitDy=0;" target="Abbv7D0ucnFepgTgGXwM-135">
          <mxGeometry relative="1" as="geometry" />
        </mxCell>
      </root>
    </mxGraphModel>
  </diagram>
</mxfile>
